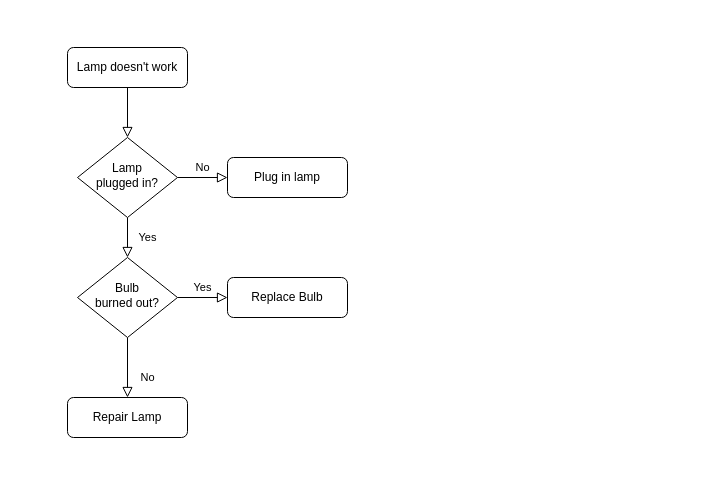
This is Untitled Diagram.drawio from dennisorellana2/Big_Data, a draw.io file, before an edit. Source tidied: cells renumbered, new cells numbered last; positions are measured from the earlier drawing's top-left corner, leaving out a move shared by most shapes. Both pictures are drawn from the tidied source at 100%, with x=0, y=0 at pixel (67, 47).
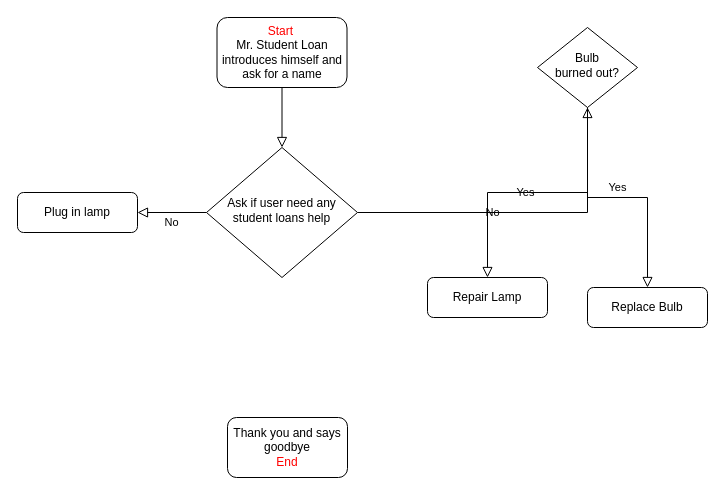
The same page after the edit.

Commit message:
Update Student loans Diagram.drawio

Change to the diagram source:
```diff
@@
 <mxGraphModel>
   <root>
     <mxCell id="0" />
     <mxCell id="1" parent="0" />
     <mxCell id="2" style="rounded=0;html=1;jettySize=auto;fontSize=11;endArrow=block;endFill=0;endSize=8;strokeWidth=1;shadow=0;labelBackgroundColor=none;edgeStyle=orthogonalEdgeStyle;" parent="1" edge="1" source="3" target="6">
       <mxGeometry relative="1" as="geometry" />
     </mxCell>
-    <mxCell id="3" value="Lamp doesn't work" style="rounded=1;whiteSpace=wrap;html=1;fontSize=12;glass=0;strokeWidth=1;shadow=0;" parent="1" vertex="1">
-      <mxGeometry width="120" height="40" as="geometry" />
+    <mxCell id="3" value="&lt;font color=&quot;#ff0000&quot;&gt;Start&amp;nbsp;&lt;/font&gt;&lt;br&gt;Mr. Student Loan introduces himself and ask for a name" style="rounded=1;whiteSpace=wrap;html=1;fontSize=12;glass=0;strokeWidth=1;shadow=0;" parent="1" vertex="1">
+      <mxGeometry x="149.5" y="-30" width="130" height="70" as="geometry" />
     </mxCell>
     <mxCell id="4" value="Yes" style="rounded=0;html=1;jettySize=auto;fontSize=11;endArrow=block;endFill=0;endSize=8;strokeWidth=1;shadow=0;labelBackgroundColor=none;edgeStyle=orthogonalEdgeStyle;" parent="1" edge="1" source="6" target="10">
       <mxGeometry y="20" relative="1" as="geometry" />
     </mxCell>
     <mxCell id="5" value="No" style="edgeStyle=orthogonalEdgeStyle;rounded=0;html=1;jettySize=auto;fontSize=11;endArrow=block;endFill=0;endSize=8;strokeWidth=1;shadow=0;labelBackgroundColor=none;" parent="1" edge="1" source="6" target="7">
       <mxGeometry y="10" relative="1" as="geometry" />
     </mxCell>
-    <mxCell id="6" value="Lamp&lt;br&gt;plugged in?" style="rhombus;whiteSpace=wrap;html=1;shadow=0;fontFamily=Helvetica;fontSize=12;align=center;strokeWidth=1;spacing=6;spacingTop=-4;" parent="1" vertex="1">
-      <mxGeometry x="10" y="90" width="100" height="80" as="geometry" />
+    <mxCell id="6" value="Ask if user need any student loans help" style="rhombus;whiteSpace=wrap;html=1;shadow=0;fontFamily=Helvetica;fontSize=12;align=center;strokeWidth=1;spacing=6;spacingTop=-4;" parent="1" vertex="1">
+      <mxGeometry x="139" y="100" width="151" height="130" as="geometry" />
     </mxCell>
     <mxCell id="7" value="Plug in lamp" style="rounded=1;whiteSpace=wrap;html=1;fontSize=12;glass=0;strokeWidth=1;shadow=0;" parent="1" vertex="1">
-      <mxGeometry x="160" y="110" width="120" height="40" as="geometry" />
+      <mxGeometry x="-50" y="145" width="120" height="40" as="geometry" />
     </mxCell>
     <mxCell id="8" value="No" style="rounded=0;html=1;jettySize=auto;fontSize=11;endArrow=block;endFill=0;endSize=8;strokeWidth=1;shadow=0;labelBackgroundColor=none;edgeStyle=orthogonalEdgeStyle;" parent="1" edge="1" source="10" target="11">
       <mxGeometry x="0.33" y="20" relative="1" as="geometry" />
     </mxCell>
     <mxCell id="9" value="Yes" style="edgeStyle=orthogonalEdgeStyle;rounded=0;html=1;jettySize=auto;fontSize=11;endArrow=block;endFill=0;endSize=8;strokeWidth=1;shadow=0;labelBackgroundColor=none;" parent="1" edge="1" source="10" target="12">
       <mxGeometry y="10" relative="1" as="geometry" />
     </mxCell>
     <mxCell id="10" value="Bulb&lt;br&gt;burned out?" style="rhombus;whiteSpace=wrap;html=1;shadow=0;fontFamily=Helvetica;fontSize=12;align=center;strokeWidth=1;spacing=6;spacingTop=-4;" parent="1" vertex="1">
-      <mxGeometry x="10" y="210" width="100" height="80" as="geometry" />
+      <mxGeometry x="470" y="-20" width="100" height="80" as="geometry" />
     </mxCell>
     <mxCell id="11" value="Repair Lamp" style="rounded=1;whiteSpace=wrap;html=1;fontSize=12;glass=0;strokeWidth=1;shadow=0;" parent="1" vertex="1">
-      <mxGeometry y="350" width="120" height="40" as="geometry" />
+      <mxGeometry x="360" y="230" width="120" height="40" as="geometry" />
     </mxCell>
     <mxCell id="12" value="Replace Bulb" style="rounded=1;whiteSpace=wrap;html=1;fontSize=12;glass=0;strokeWidth=1;shadow=0;" parent="1" vertex="1">
-      <mxGeometry x="160" y="230" width="120" height="40" as="geometry" />
+      <mxGeometry x="520" y="240" width="120" height="40" as="geometry" />
     </mxCell>
+    <mxCell id="13" value="Thank you and says goodbye&lt;br&gt;&lt;font color=&quot;#ff0000&quot;&gt;End&lt;/font&gt;" style="rounded=1;whiteSpace=wrap;html=1;" parent="1" vertex="1">
+      <mxGeometry x="160" y="370" width="120" height="60" as="geometry" />
+    </mxCell>
   </root>
 </mxGraphModel>
```
